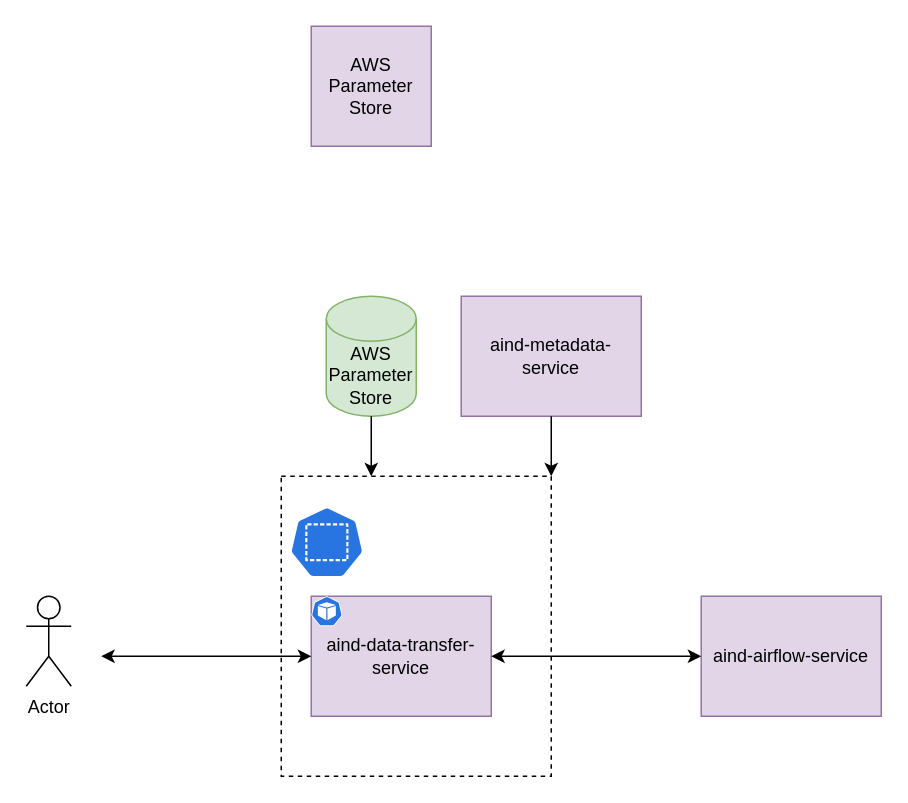
Before: diagrams/low_level/aind-data-transfer-service/aind-data-transfer-service-k8s.drawio in AllenNeuralDynamics/aind-software-docs, a draw.io diagram. Source tidied: cells renumbered, new cells numbered last; positions are measured from the earlier drawing's top-left corner, leaving out a move shared by most shapes. Both pictures are drawn from the tidied source at 150%, with x=0, y=0 at pixel (26, 26).
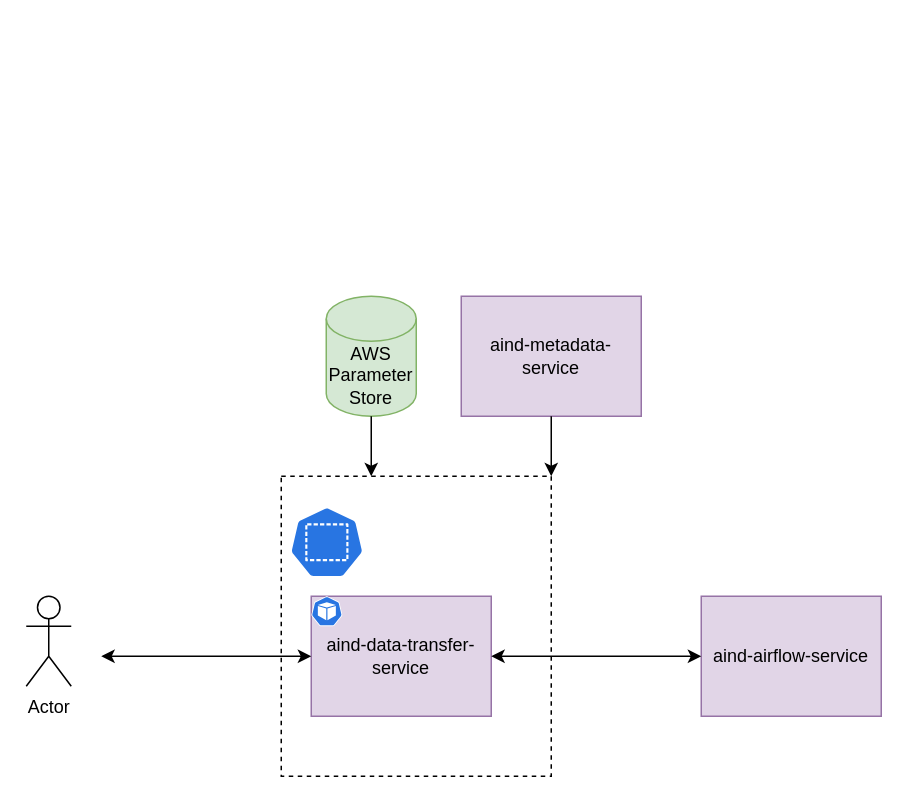
The same page after the edit.

The edit, as a diff of the source:
```diff
@@
 <mxGraphModel>
   <root>
     <mxCell id="0" />
     <mxCell id="1" parent="0" />
     <mxCell id="2" style="rounded=0;whiteSpace=wrap;html=1;dashed=1;fillColor=default;" parent="1" vertex="1">
       <mxGeometry x="170" y="300" width="180" height="200" as="geometry" />
     </mxCell>
     <mxCell id="3" value="aind-data-transfer-service" style="rounded=0;whiteSpace=wrap;html=1;fillColor=#e1d5e7;strokeColor=#9673a6;" parent="1" vertex="1">
       <mxGeometry x="190" y="380" width="120" height="80" as="geometry" />
     </mxCell>
     <mxCell id="4" style="sketch=0;html=1;dashed=0;whitespace=wrap;verticalLabelPosition=bottom;verticalAlign=top;fillColor=#2875E2;strokeColor=#ffffff;shape=mxgraph.kubernetes.icon2;prIcon=pod;" parent="1" vertex="1">
       <mxGeometry x="190" y="380" width="20.8" height="20" as="geometry" />
     </mxCell>
-    <mxCell id="5" value="AWS Parameter Store" style="rounded=0;whiteSpace=wrap;html=1;fillColor=#e1d5e7;strokeColor=#9673a6;" parent="1" vertex="1">
-      <mxGeometry x="190" width="80" height="80" as="geometry" />
-    </mxCell>
     <mxCell id="6" style="sketch=0;html=1;dashed=0;whitespace=wrap;verticalLabelPosition=bottom;verticalAlign=top;fillColor=#2875E2;strokeColor=#ffffff;shape=mxgraph.kubernetes.icon2;prIcon=ns;" parent="1" vertex="1">
       <mxGeometry x="175.4" y="320" width="50" height="48" as="geometry" />
     </mxCell>
     <mxCell id="7" value="Actor" style="shape=umlActor;verticalLabelPosition=bottom;verticalAlign=top;html=1;" parent="1" vertex="1">
       <mxGeometry y="380" width="30" height="60" as="geometry" />
     </mxCell>
     <mxCell id="8" style="endArrow=classic;startArrow=classic;html=1;rounded=0;entryX=0;entryY=0.5;entryDx=0;entryDy=0;" parent="1" edge="1" target="3">
       <mxGeometry relative="1" as="geometry">
         <mxPoint x="50" y="420" as="sourcePoint" />
       </mxGeometry>
     </mxCell>
     <mxCell id="9" value="aind-airflow-service" style="rounded=0;whiteSpace=wrap;html=1;fillColor=#e1d5e7;strokeColor=#9673a6;" parent="1" vertex="1">
       <mxGeometry x="450" y="380" width="120" height="80" as="geometry" />
     </mxCell>
     <mxCell id="10" value="AWS Parameter Store" style="shape=cylinder3;whiteSpace=wrap;html=1;boundedLbl=1;backgroundOutline=1;size=15;fillColor=#d5e8d4;strokeColor=#82b366;" parent="1" vertex="1">
       <mxGeometry x="200" y="180" width="60" height="80" as="geometry" />
     </mxCell>
     <mxCell id="11" style="endArrow=classic;startArrow=classic;html=1;rounded=0;exitX=1;exitY=0.5;exitDx=0;exitDy=0;entryX=0;entryY=0.5;entryDx=0;entryDy=0;" parent="1" edge="1" source="3" target="9">
       <mxGeometry relative="1" as="geometry" />
     </mxCell>
     <mxCell id="12" value="aind-metadata-service" style="rounded=0;whiteSpace=wrap;html=1;fillColor=#e1d5e7;strokeColor=#9673a6;" parent="1" vertex="1">
       <mxGeometry x="290" y="180" width="120" height="80" as="geometry" />
     </mxCell>
     <mxCell id="13" style="endArrow=classic;html=1;rounded=0;exitX=0.5;exitY=1;exitDx=0;exitDy=0;entryX=1;entryY=0;entryDx=0;entryDy=0;" parent="1" edge="1" source="12" target="2">
       <mxGeometry relative="1" as="geometry" />
     </mxCell>
     <mxCell id="14" style="endArrow=classic;html=1;rounded=0;exitX=0.5;exitY=1;exitDx=0;exitDy=0;exitPerimeter=0;" parent="1" edge="1" source="10">
       <mxGeometry relative="1" as="geometry">
         <mxPoint x="230" y="300" as="targetPoint" />
       </mxGeometry>
     </mxCell>
   </root>
 </mxGraphModel>
```
